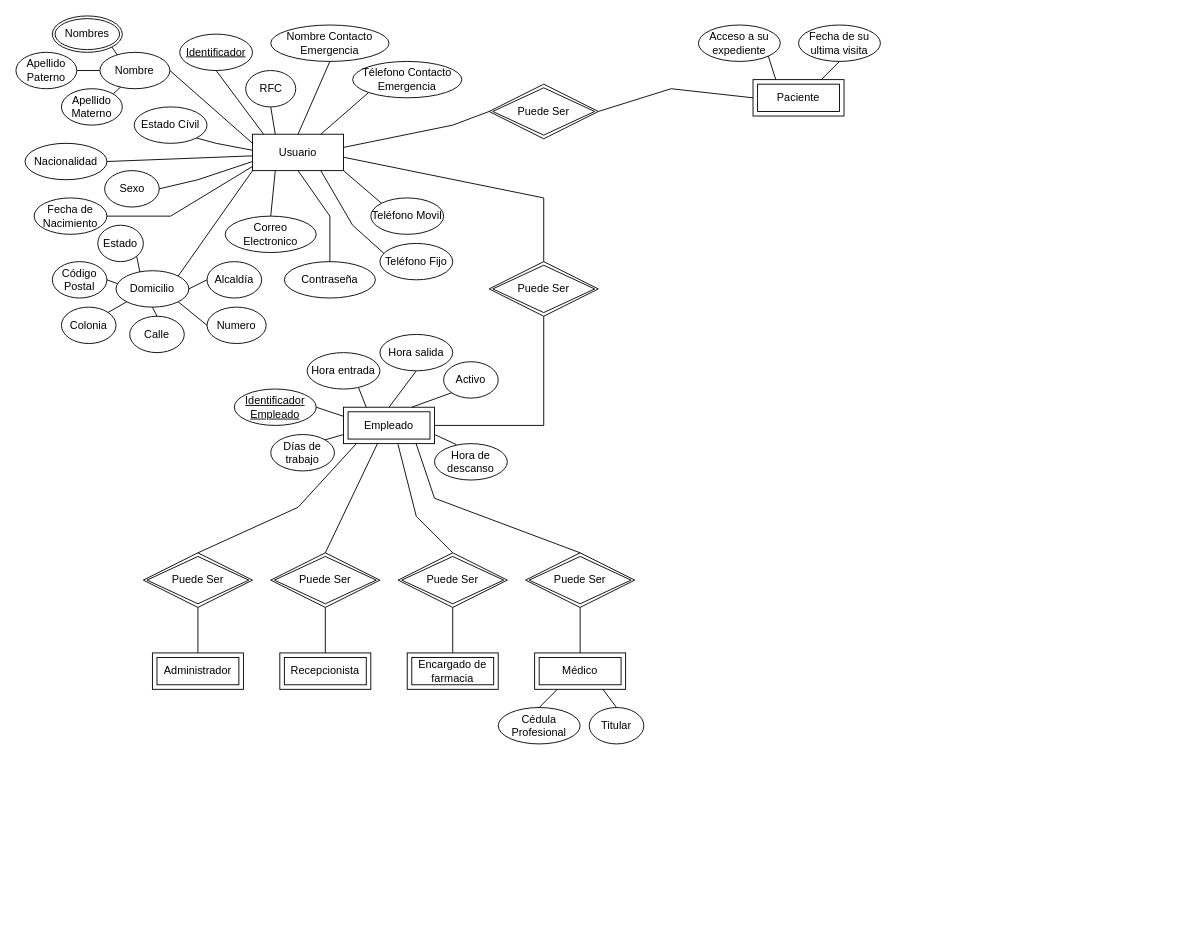
The draw.io diagram Base de Datos/ER-Diagrama.drawio in EdgarRamirezFuentes/Sistema_CEDAE, before the edit. Source tidied: cells renumbered, new cells numbered last; positions are measured from the earlier drawing's top-left corner, leaving out a move shared by most shapes. Both pictures are drawn from the tidied source at 91%, with x=0, y=0 at pixel (15, 15).
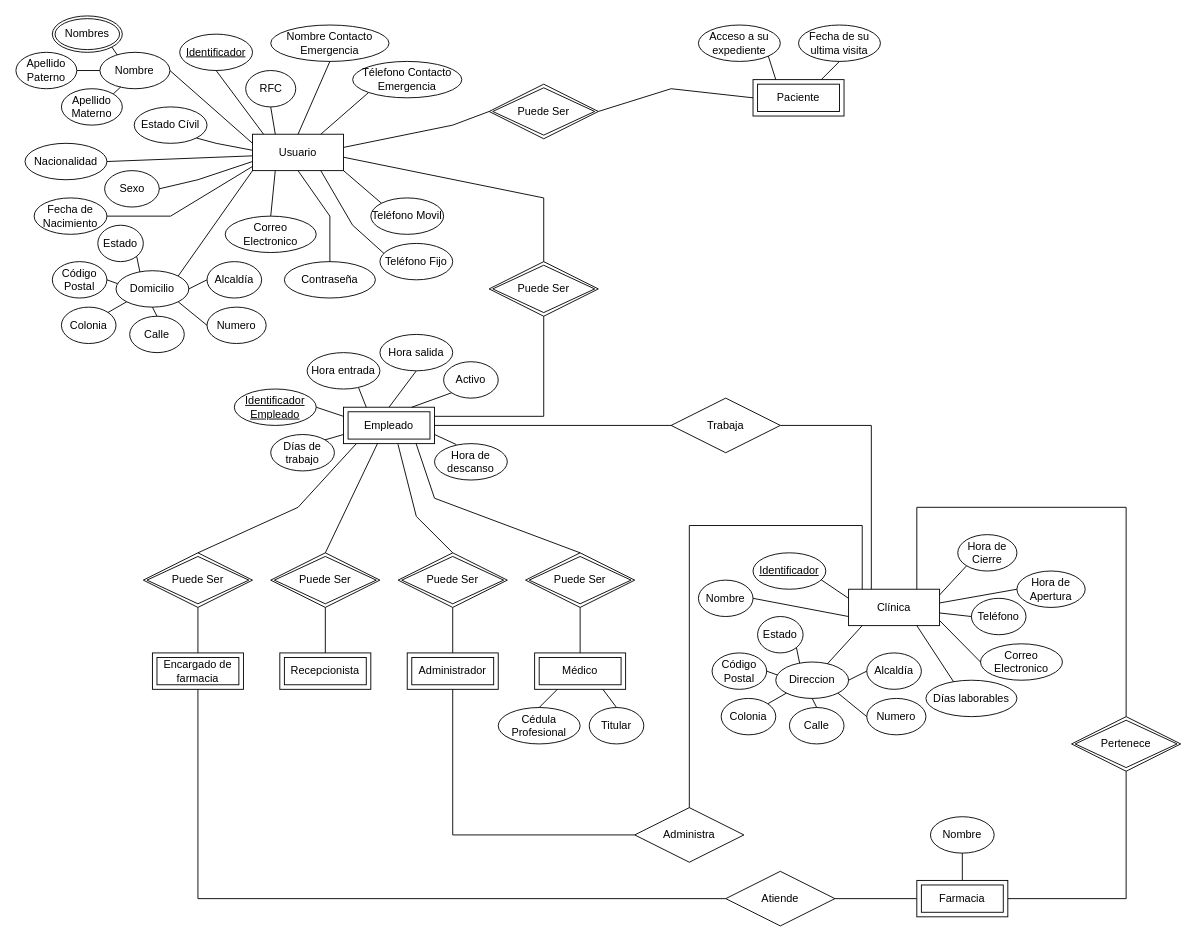
After the change.

The change refers to these unchanged cells:
```xml
<mxCell id="5" value="Puede Ser" style="shape=rhombus;double=1;perimeter=rhombusPerimeter;whiteSpace=wrap;html=1;align=center;" parent="1" vertex="1">
  <mxGeometry x="520" y="270" width="120" height="60" as="geometry" />
</mxCell>
<mxCell id="9" value="Empleado" style="shape=ext;margin=3;double=1;whiteSpace=wrap;html=1;align=center;" parent="1" vertex="1">
  <mxGeometry x="360" y="430" width="100" height="40" as="geometry" />
</mxCell>
```

Diff of the diagram source:
```diff
@@
-    <mxCell id="7" style="endArrow=none;html=1;rounded=0;exitX=0.5;exitY=1;exitDx=0;exitDy=0;entryX=1;entryY=0.5;entryDx=0;entryDy=0;" parent="1" edge="1" source="5" target="9">
+    <mxCell id="7" style="endArrow=none;html=1;rounded=0;exitX=0.5;exitY=1;exitDx=0;exitDy=0;entryX=1;entryY=0.25;entryDx=0;entryDy=0;" parent="1" edge="1" source="5" target="9">
       <mxGeometry relative="1" as="geometry">
         <Array as="points">
-          <mxPoint x="580" y="450" />
+          <mxPoint x="580" y="440" />
         </Array>
       </mxGeometry>
     </mxCell>
@@
-    <mxCell id="75" value="Administrador" style="shape=ext;margin=3;double=1;whiteSpace=wrap;html=1;align=center;" parent="1" vertex="1">
+    <mxCell id="75" value="Encargado de farmacia" style="shape=ext;margin=3;double=1;whiteSpace=wrap;html=1;align=center;" parent="1" vertex="1">
       <mxGeometry x="150" y="700" width="100" height="40" as="geometry" />
     </mxCell>
@@
-    <mxCell id="79" value="Encargado de farmacia" style="shape=ext;margin=3;double=1;whiteSpace=wrap;html=1;align=center;" parent="1" vertex="1">
+    <mxCell id="79" value="Administrador" style="shape=ext;margin=3;double=1;whiteSpace=wrap;html=1;align=center;" parent="1" vertex="1">
       <mxGeometry x="430" y="700" width="100" height="40" as="geometry" />
     </mxCell>
@@
+    <mxCell id="93" style="group;" parent="1" vertex="1">
+      <mxGeometry x="750" y="570" width="425" height="230" as="geometry" />
+    </mxCell>
+    <mxCell id="94" value="Clínica" style="whiteSpace=wrap;html=1;align=center;" parent="93" vertex="1">
+      <mxGeometry x="165" y="60" width="100" height="40" as="geometry" />
+    </mxCell>
+    <mxCell id="95" value="Direccion" style="ellipse;whiteSpace=wrap;html=1;align=center;" parent="93" vertex="1">
+      <mxGeometry x="85" y="140" width="80" height="40" as="geometry" />
+    </mxCell>
+    <mxCell id="96" value="Calle" style="ellipse;whiteSpace=wrap;html=1;align=center;" parent="93" vertex="1">
+      <mxGeometry x="100" y="190" width="60" height="40" as="geometry" />
+    </mxCell>
+    <mxCell id="97" value="Numero" style="ellipse;whiteSpace=wrap;html=1;align=center;" parent="93" vertex="1">
+      <mxGeometry x="185" y="180" width="65" height="40" as="geometry" />
+    </mxCell>
+    <mxCell id="98" value="Colonia" style="ellipse;whiteSpace=wrap;html=1;align=center;" parent="93" vertex="1">
+      <mxGeometry x="25" y="180" width="60" height="40" as="geometry" />
+    </mxCell>
+    <mxCell id="99" value="Código Postal" style="ellipse;whiteSpace=wrap;html=1;align=center;" parent="93" vertex="1">
+      <mxGeometry x="15" y="130" width="60" height="40" as="geometry" />
+    </mxCell>
+    <mxCell id="100" value="Alcaldía" style="ellipse;whiteSpace=wrap;html=1;align=center;" parent="93" vertex="1">
+      <mxGeometry x="185" y="130" width="60" height="40" as="geometry" />
+    </mxCell>
+    <mxCell id="101" value="Estado" style="ellipse;whiteSpace=wrap;html=1;align=center;" parent="93" vertex="1">
+      <mxGeometry x="65" y="90" width="50" height="40" as="geometry" />
+    </mxCell>
+    <mxCell id="102" style="endArrow=none;html=1;rounded=0;exitX=1;exitY=0.5;exitDx=0;exitDy=0;entryX=0.019;entryY=0.354;entryDx=0;entryDy=0;entryPerimeter=0;" parent="93" edge="1" source="99" target="95">
+      <mxGeometry x="-25" y="-140" as="geometry" />
+    </mxCell>
+    <mxCell id="103" style="endArrow=none;html=1;rounded=0;exitX=1;exitY=1;exitDx=0;exitDy=0;entryX=0.328;entryY=0.032;entryDx=0;entryDy=0;entryPerimeter=0;" parent="93" edge="1" source="101" target="95">
+      <mxGeometry x="-25" y="-140" as="geometry" />
+    </mxCell>
+    <mxCell id="104" style="endArrow=none;html=1;rounded=0;exitX=1;exitY=0;exitDx=0;exitDy=0;entryX=0;entryY=1;entryDx=0;entryDy=0;" parent="93" edge="1" source="98" target="95">
+      <mxGeometry x="-25" y="-140" as="geometry" />
+    </mxCell>
+    <mxCell id="105" style="endArrow=none;html=1;rounded=0;exitX=0.5;exitY=0;exitDx=0;exitDy=0;entryX=0.5;entryY=1;entryDx=0;entryDy=0;" parent="93" edge="1" source="96" target="95">
+      <mxGeometry x="-25" y="-140" as="geometry" />
+    </mxCell>
+    <mxCell id="106" style="endArrow=none;html=1;rounded=0;exitX=0;exitY=0.5;exitDx=0;exitDy=0;entryX=1;entryY=1;entryDx=0;entryDy=0;" parent="93" edge="1" source="97" target="95">
+      <mxGeometry x="-25" y="-140" as="geometry" />
+    </mxCell>
+    <mxCell id="107" style="endArrow=none;html=1;rounded=0;exitX=0;exitY=0.5;exitDx=0;exitDy=0;entryX=1;entryY=0.5;entryDx=0;entryDy=0;" parent="93" edge="1" source="100" target="95">
+      <mxGeometry x="-25" y="-140" as="geometry" />
+    </mxCell>
+    <mxCell id="108" value="Identificador" style="ellipse;whiteSpace=wrap;html=1;align=center;fontStyle=4;" parent="93" vertex="1">
+      <mxGeometry x="60" y="20" width="80" height="40" as="geometry" />
+    </mxCell>
+    <mxCell id="109" value="Nombre" style="ellipse;whiteSpace=wrap;html=1;align=center;" parent="93" vertex="1">
+      <mxGeometry y="50" width="60" height="40" as="geometry" />
+    </mxCell>
+    <mxCell id="110" value="Teléfono" style="ellipse;whiteSpace=wrap;html=1;align=center;" parent="93" vertex="1">
+      <mxGeometry x="300" y="70" width="60" height="40" as="geometry" />
+    </mxCell>
+    <mxCell id="111" value="Correo Electronico" style="ellipse;whiteSpace=wrap;html=1;align=center;" parent="93" vertex="1">
+      <mxGeometry x="310" y="120" width="90" height="40" as="geometry" />
+    </mxCell>
+    <mxCell id="112" value="Días laborables" style="ellipse;whiteSpace=wrap;html=1;align=center;" parent="93" vertex="1">
+      <mxGeometry x="250" y="160" width="100" height="40" as="geometry" />
+    </mxCell>
+    <mxCell id="113" value="Hora de Apertura" style="ellipse;whiteSpace=wrap;html=1;align=center;" parent="93" vertex="1">
+      <mxGeometry x="350" y="40" width="75" height="40" as="geometry" />
+    </mxCell>
+    <mxCell id="114" value="Hora de Cierre" style="ellipse;whiteSpace=wrap;html=1;align=center;" parent="93" vertex="1">
+      <mxGeometry x="285" width="65" height="40" as="geometry" />
+    </mxCell>
+    <mxCell id="115" style="endArrow=none;html=1;rounded=0;exitX=0.708;exitY=0.052;exitDx=0;exitDy=0;exitPerimeter=0;" parent="93" edge="1" source="95">
+      <mxGeometry relative="1" as="geometry">
+        <mxPoint x="180" y="100" as="targetPoint" />
+      </mxGeometry>
+    </mxCell>
+    <mxCell id="116" style="endArrow=none;html=1;rounded=0;exitX=1;exitY=0.5;exitDx=0;exitDy=0;entryX=0;entryY=0.75;entryDx=0;entryDy=0;" parent="93" edge="1" source="109" target="94">
+      <mxGeometry relative="1" as="geometry" />
+    </mxCell>
+    <mxCell id="117" style="endArrow=none;html=1;rounded=0;entryX=0.75;entryY=1;entryDx=0;entryDy=0;exitX=0.305;exitY=0.047;exitDx=0;exitDy=0;exitPerimeter=0;" parent="93" edge="1" source="112" target="94">
+      <mxGeometry relative="1" as="geometry" />
+    </mxCell>
+    <mxCell id="118" style="endArrow=none;html=1;rounded=0;exitX=0;exitY=0.5;exitDx=0;exitDy=0;entryX=0.997;entryY=0.852;entryDx=0;entryDy=0;entryPerimeter=0;" parent="93" edge="1" source="111" target="94">
+      <mxGeometry relative="1" as="geometry" />
+    </mxCell>
+    <mxCell id="119" style="endArrow=none;html=1;rounded=0;exitX=0;exitY=0.5;exitDx=0;exitDy=0;entryX=1;entryY=0.652;entryDx=0;entryDy=0;entryPerimeter=0;" parent="93" edge="1" source="110" target="94">
+      <mxGeometry relative="1" as="geometry" />
+    </mxCell>
+    <mxCell id="120" style="endArrow=none;html=1;rounded=0;exitX=1;exitY=0.378;exitDx=0;exitDy=0;entryX=0;entryY=0.5;entryDx=0;entryDy=0;exitPerimeter=0;" parent="93" edge="1" source="94" target="113">
+      <mxGeometry relative="1" as="geometry" />
+    </mxCell>
+    <mxCell id="121" style="endArrow=none;html=1;rounded=0;exitX=0.935;exitY=0.74;exitDx=0;exitDy=0;exitPerimeter=0;entryX=0;entryY=0.25;entryDx=0;entryDy=0;" parent="93" edge="1" source="108" target="94">
+      <mxGeometry relative="1" as="geometry" />
+    </mxCell>
+    <mxCell id="122" style="endArrow=none;html=1;rounded=0;exitX=0;exitY=1;exitDx=0;exitDy=0;entryX=0.999;entryY=0.159;entryDx=0;entryDy=0;entryPerimeter=0;" parent="93" edge="1" source="114" target="94">
+      <mxGeometry relative="1" as="geometry" />
+    </mxCell>
+    <mxCell id="123" value="Trabaja" style="shape=rhombus;perimeter=rhombusPerimeter;whiteSpace=wrap;html=1;align=center;" parent="1" vertex="1">
+      <mxGeometry x="720" y="420" width="120" height="60" as="geometry" />
+    </mxCell>
+    <mxCell id="124" style="endArrow=none;html=1;rounded=0;exitX=1;exitY=0.5;exitDx=0;exitDy=0;entryX=0;entryY=0.5;entryDx=0;entryDy=0;" parent="1" edge="1" source="9" target="123">
+      <mxGeometry relative="1" as="geometry" />
+    </mxCell>
+    <mxCell id="125" style="endArrow=none;html=1;rounded=0;exitX=1;exitY=0.5;exitDx=0;exitDy=0;entryX=0.25;entryY=0;entryDx=0;entryDy=0;" parent="1" edge="1" source="123" target="94">
+      <mxGeometry relative="1" as="geometry">
+        <Array as="points">
+          <mxPoint x="940" y="450" />
+        </Array>
+      </mxGeometry>
+    </mxCell>
+    <mxCell id="126" value="Administra" style="shape=rhombus;perimeter=rhombusPerimeter;whiteSpace=wrap;html=1;align=center;" parent="1" vertex="1">
+      <mxGeometry x="680" y="870" width="120" height="60" as="geometry" />
+    </mxCell>
+    <mxCell id="127" style="endArrow=none;html=1;rounded=0;exitX=0.5;exitY=1;exitDx=0;exitDy=0;entryX=0;entryY=0.5;entryDx=0;entryDy=0;" parent="1" edge="1" source="79" target="126">
+      <mxGeometry relative="1" as="geometry">
+        <Array as="points">
+          <mxPoint x="480" y="900" />
+        </Array>
+      </mxGeometry>
+    </mxCell>
+    <mxCell id="128" style="endArrow=none;html=1;rounded=0;exitX=0.5;exitY=0;exitDx=0;exitDy=0;" parent="1" edge="1" source="126">
+      <mxGeometry relative="1" as="geometry">
+        <mxPoint x="930" y="630" as="targetPoint" />
+        <Array as="points">
+          <mxPoint x="740" y="560" />
+          <mxPoint x="930" y="560" />
+        </Array>
+      </mxGeometry>
+    </mxCell>
+    <mxCell id="129" value="Nombre" style="ellipse;whiteSpace=wrap;html=1;align=center;" parent="1" vertex="1">
+      <mxGeometry x="1005" y="880" width="70" height="40" as="geometry" />
+    </mxCell>
+    <mxCell id="130" style="endArrow=none;html=1;rounded=0;entryX=0.5;entryY=1;entryDx=0;entryDy=0;exitX=0.5;exitY=0;exitDx=0;exitDy=0;" parent="1" edge="1" source="135" target="129">
+      <mxGeometry relative="1" as="geometry" />
+    </mxCell>
+    <mxCell id="131" value="Atiende" style="shape=rhombus;perimeter=rhombusPerimeter;whiteSpace=wrap;html=1;align=center;" parent="1" vertex="1">
+      <mxGeometry x="780" y="940" width="120" height="60" as="geometry" />
+    </mxCell>
+    <mxCell id="132" style="endArrow=none;html=1;rounded=0;entryX=0;entryY=0.5;entryDx=0;entryDy=0;exitX=1;exitY=0.5;exitDx=0;exitDy=0;" parent="1" edge="1" source="131">
+      <mxGeometry relative="1" as="geometry">
+        <mxPoint x="990" y="970" as="targetPoint" />
+      </mxGeometry>
+    </mxCell>
+    <mxCell id="133" style="endArrow=none;html=1;rounded=0;entryX=0;entryY=0.5;entryDx=0;entryDy=0;exitX=0.5;exitY=1;exitDx=0;exitDy=0;" parent="1" edge="1" source="75" target="131">
+      <mxGeometry relative="1" as="geometry">
+        <Array as="points">
+          <mxPoint x="200" y="970" />
+        </Array>
+      </mxGeometry>
+    </mxCell>
+    <mxCell id="134" value="Pertenece" style="shape=rhombus;double=1;perimeter=rhombusPerimeter;whiteSpace=wrap;html=1;align=center;" parent="1" vertex="1">
+      <mxGeometry x="1160" y="770" width="120" height="60" as="geometry" />
+    </mxCell>
+    <mxCell id="135" value="Farmacia" style="shape=ext;margin=3;double=1;whiteSpace=wrap;html=1;align=center;" parent="1" vertex="1">
+      <mxGeometry x="990" y="950" width="100" height="40" as="geometry" />
+    </mxCell>
+    <mxCell id="136" style="endArrow=none;html=1;rounded=0;exitX=1;exitY=0.5;exitDx=0;exitDy=0;entryX=0.5;entryY=1;entryDx=0;entryDy=0;" parent="1" edge="1" source="135" target="134">
+      <mxGeometry relative="1" as="geometry">
+        <Array as="points">
+          <mxPoint x="1220" y="970" />
+        </Array>
+      </mxGeometry>
+    </mxCell>
+    <mxCell id="137" style="endArrow=none;html=1;rounded=0;exitX=0.5;exitY=0;exitDx=0;exitDy=0;entryX=0.75;entryY=0;entryDx=0;entryDy=0;" parent="1" edge="1" source="134" target="94">
+      <mxGeometry relative="1" as="geometry">
+        <Array as="points">
+          <mxPoint x="1220" y="540" />
+          <mxPoint x="990" y="540" />
+        </Array>
+      </mxGeometry>
+    </mxCell>
```
